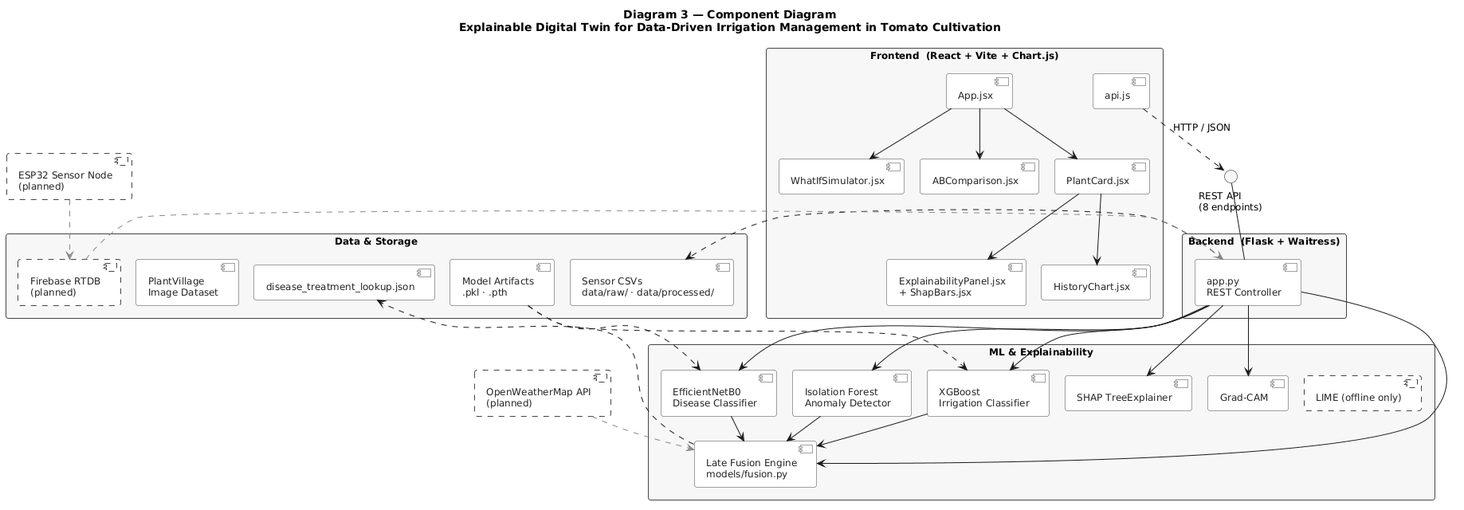
karthikG0017/An-Explainable-Digital-Twin-for-Data-Driven-Irrigation-Management-in-Tomato-Plant-Cultivation keeps this PlantUML diagram as docs/uml/03_component.png. Above is the earlier version.
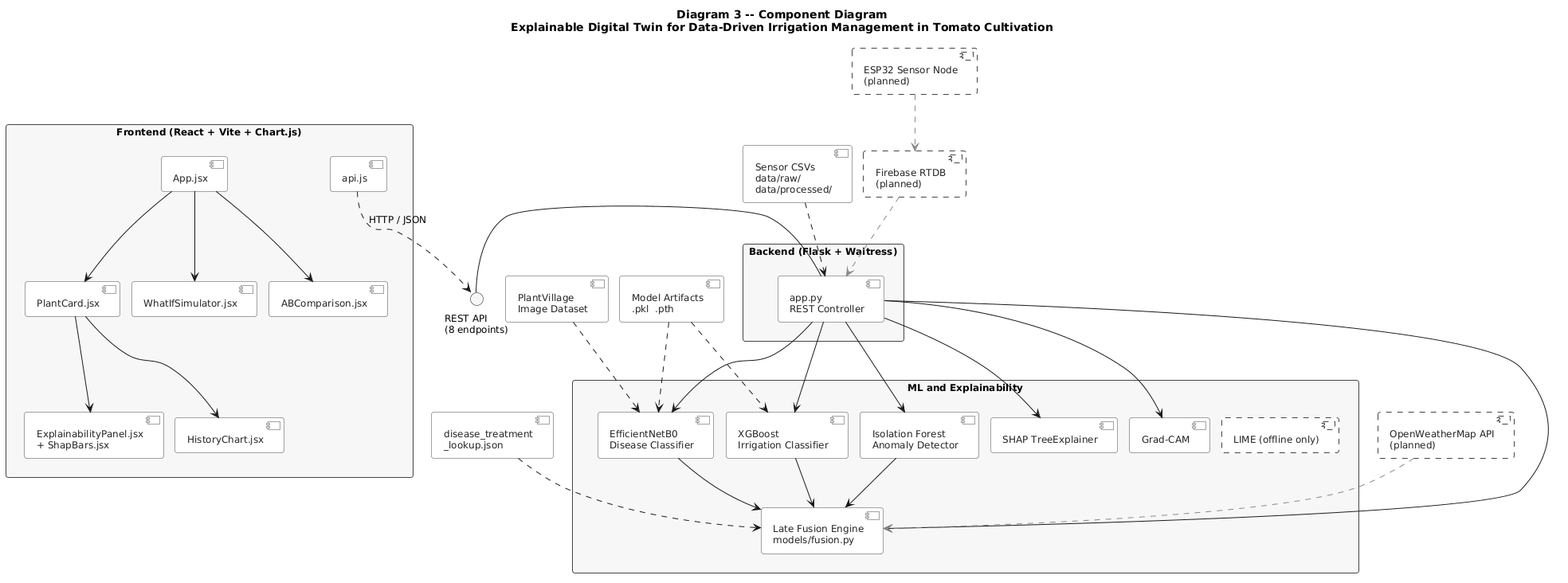
The same diagram one commit later.

What changed in the source:
```diff
@@ -5,8 +5,8 @@
 skinparam shadowing false
 skinparam roundCorner 6
 skinparam packageStyle rectangle
-skinparam nodesep 20
-skinparam ranksep 30
+skinparam nodesep 15
+skinparam ranksep 25
 
 skinparam component {
   BackgroundColor white
@@ -25,9 +25,12 @@
   BorderColor #444444
 }
 
-title <b>Diagram 3 — Component Diagram</b>\nExplainable Digital Twin for Data-Driven Irrigation Management in Tomato Cultivation
+title <b>Diagram 3 -- Component Diagram</b>\nExplainable Digital Twin for Data-Driven Irrigation Management in Tomato Cultivation
 
-package "Frontend  (React + Vite + Chart.js)" {
+
+component [ESP32 Sensor Node\n(planned)] as ESP32 #white;line.dashed
+
+package "Frontend (React + Vite + Chart.js)" as PKG_FE {
   component [App.jsx] as APP
   component [PlantCard.jsx] as PC
   component [ExplainabilityPanel.jsx\n+ ShapBars.jsx] as EP
@@ -45,18 +48,15 @@
 
 interface "REST API\n(8 endpoints)" as I_API
 
-APIJS ..> I_API : HTTP / JSON
-
-package "Backend  (Flask + Waitress)" {
+package "Backend (Flask + Waitress)" as PKG_BACK {
   component [app.py\nREST Controller] as APPPY
-  APPPY -up- I_API
 }
 
-package "ML & Explainability" {
+package "ML and Explainability" as PKG_ML {
   component [XGBoost\nIrrigation Classifier] as XGB
   component [Isolation Forest\nAnomaly Detector] as ISO
+  component [EfficientNetB0\nDisease Classifier] as ENET
   component [SHAP TreeExplainer] as SHAP
-  component [EfficientNetB0\nDisease Classifier] as ENET
   component [Grad-CAM] as GCAM
   component [LIME (offline only)] as LIME #white;line.dashed
   component [Late Fusion Engine\nmodels/fusion.py] as FUSION
@@ -66,6 +66,13 @@
   ENET --> FUSION
 }
 
+PKG_FE -[hidden]r- I_API
+I_API -[hidden]r- PKG_BACK
+PKG_BACK -[hidden]r- PKG_ML
+
+APIJS ..> I_API : HTTP / JSON
+APPPY -- I_API
+
 APPPY --> XGB
 APPPY --> ISO
 APPPY --> SHAP
@@ -73,23 +80,19 @@
 APPPY --> GCAM
 APPPY --> FUSION
 
-package "Data & Storage" {
-  database [Sensor CSVs\ndata/raw/ · data/processed/] as CSV
-  database [PlantVillage\nImage Dataset] as PV
-  database [disease_treatment_lookup.json] as TREAT
-  database [Model Artifacts\n.pkl · .pth] as MODELS
-  database [Firebase RTDB\n(planned)] as FB #white;line.dashed
-}
+database [Sensor CSVs\ndata/raw/\ndata/processed/] as CSV
+database [PlantVillage\nImage Dataset] as PV
+database [disease_treatment\n_lookup.json] as TREAT
+database [Model Artifacts\n.pkl  .pth] as MODELS
+database [Firebase RTDB\n(planned)] as FB #white;line.dashed
+component [OpenWeatherMap API\n(planned)] as OWM #white;line.dashed
 
-APPPY ..> CSV
-FUSION ..> TREAT
+CSV ..> APPPY
 MODELS ..> XGB
 MODELS ..> ENET
-
-component [ESP32 Sensor Node\n(planned)] as ESP32 #white;line.dashed
-component [OpenWeatherMap API\n(planned)] as OWM #white;line.dashed
-
+PV ..> ENET
+TREAT ..> FUSION
+OWM .[#888888,dashed].> FUSION
 ESP32 .[#888888,dashed].> FB
 FB .[#888888,dashed].> APPPY
-OWM .[#888888,dashed].> FUSION
 @enduml
```
